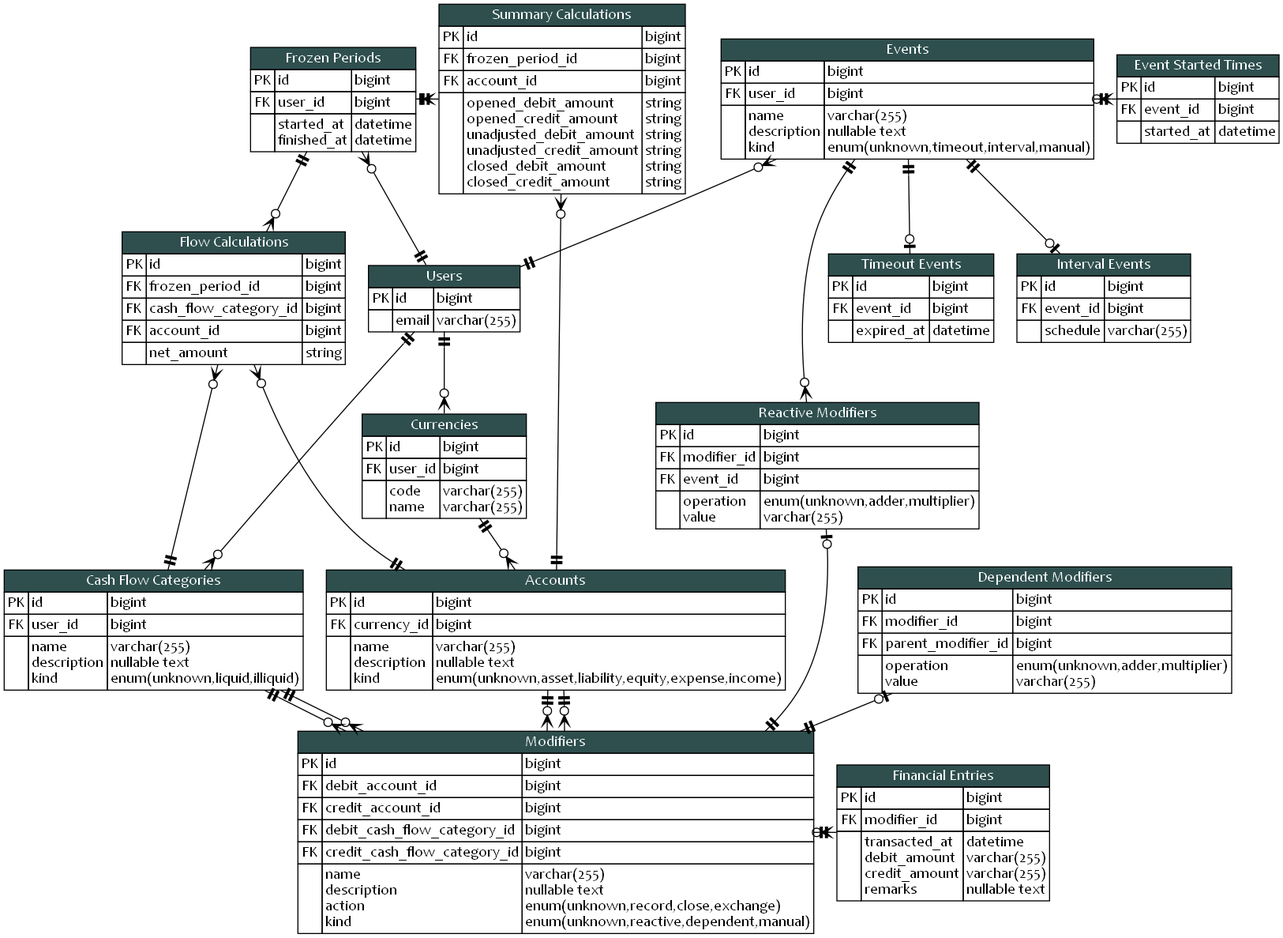
The Graphviz diagram blueprint/erd.png in KennethTrecy/peratorakka_server, before a commit. Its source is kept beside it as blueprint/erd.dot.
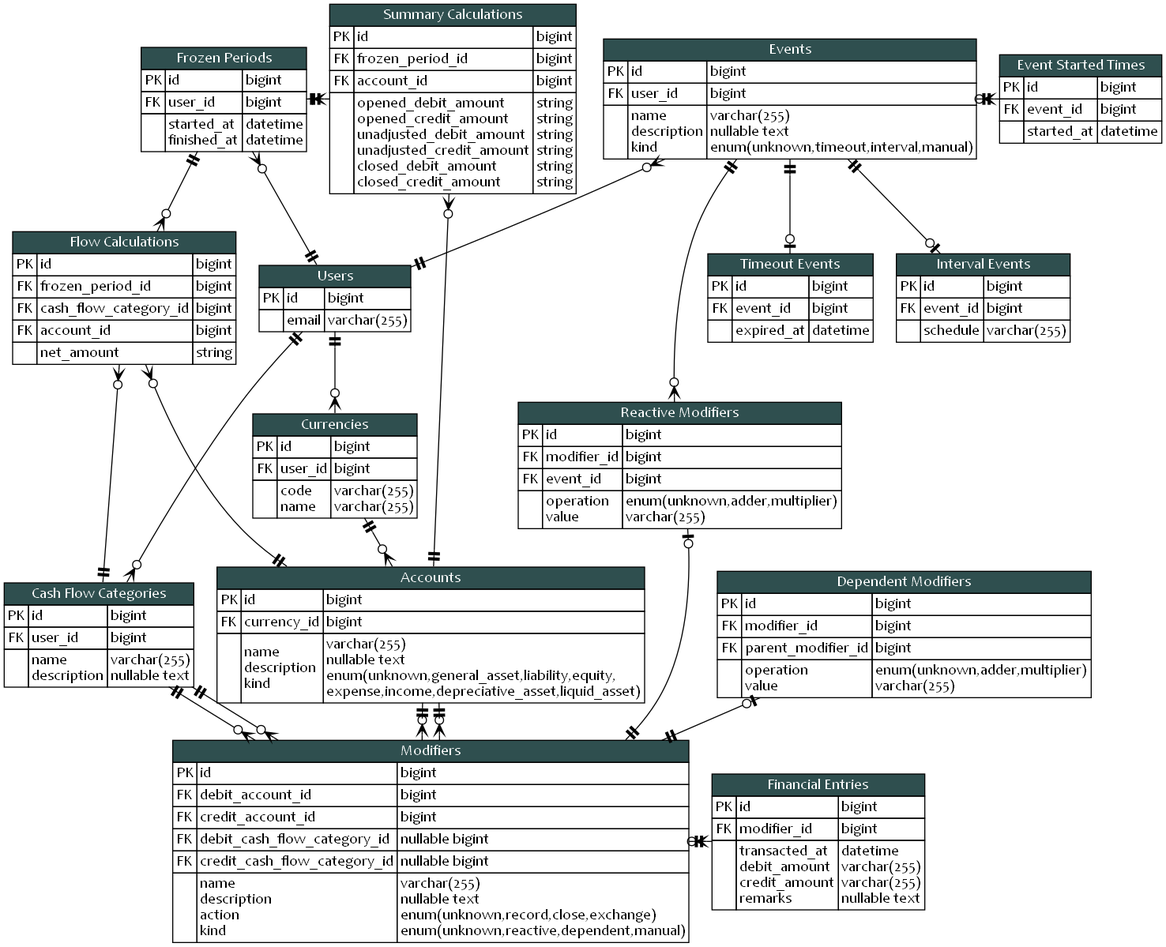
The same file after the commit.

Commit message:
docs(blueprint): add new kinds of accounts

What changed in the source:
```diff
@@ -92,12 +92,10 @@
 					<td align="left">
 						name<br align="left"/>
 						description<br align="left"/>
-						kind<br align="left"/>
 					</td>
 					<td align="left">
 						varchar(255)<br align="left"/>
 						nullable text<br align="left"/>
-						enum(unknown,liquid,illiquid)<br align="left"/>
 					</td>
 				</tr>
 			</table>
@@ -133,7 +131,7 @@
 					<td align="left">
 						varchar(255)<br align="left"/>
 						nullable text<br align="left"/>
-						enum(unknown,asset,liability,equity,expense,income)<br align="left"/>
+						enum(unknown,general_asset,liability,equity,<br align="left"/>expense,income,depreciative_asset,liquid_asset)<br align="left"/>
 					</td>
 				</tr>
 			</table>
@@ -299,12 +297,12 @@
 				<tr>
 					<td>FK</td>
 					<td align="left">debit_cash_flow_category_id</td>
-					<td align="left">bigint</td>
+					<td align="left">nullable bigint</td>
 				</tr>
 				<tr>
 					<td>FK</td>
 					<td align="left">credit_cash_flow_category_id</td>
-					<td align="left">bigint</td>
+					<td align="left">nullable bigint</td>
 				</tr>
 				<tr>
 					<td></td>
```
